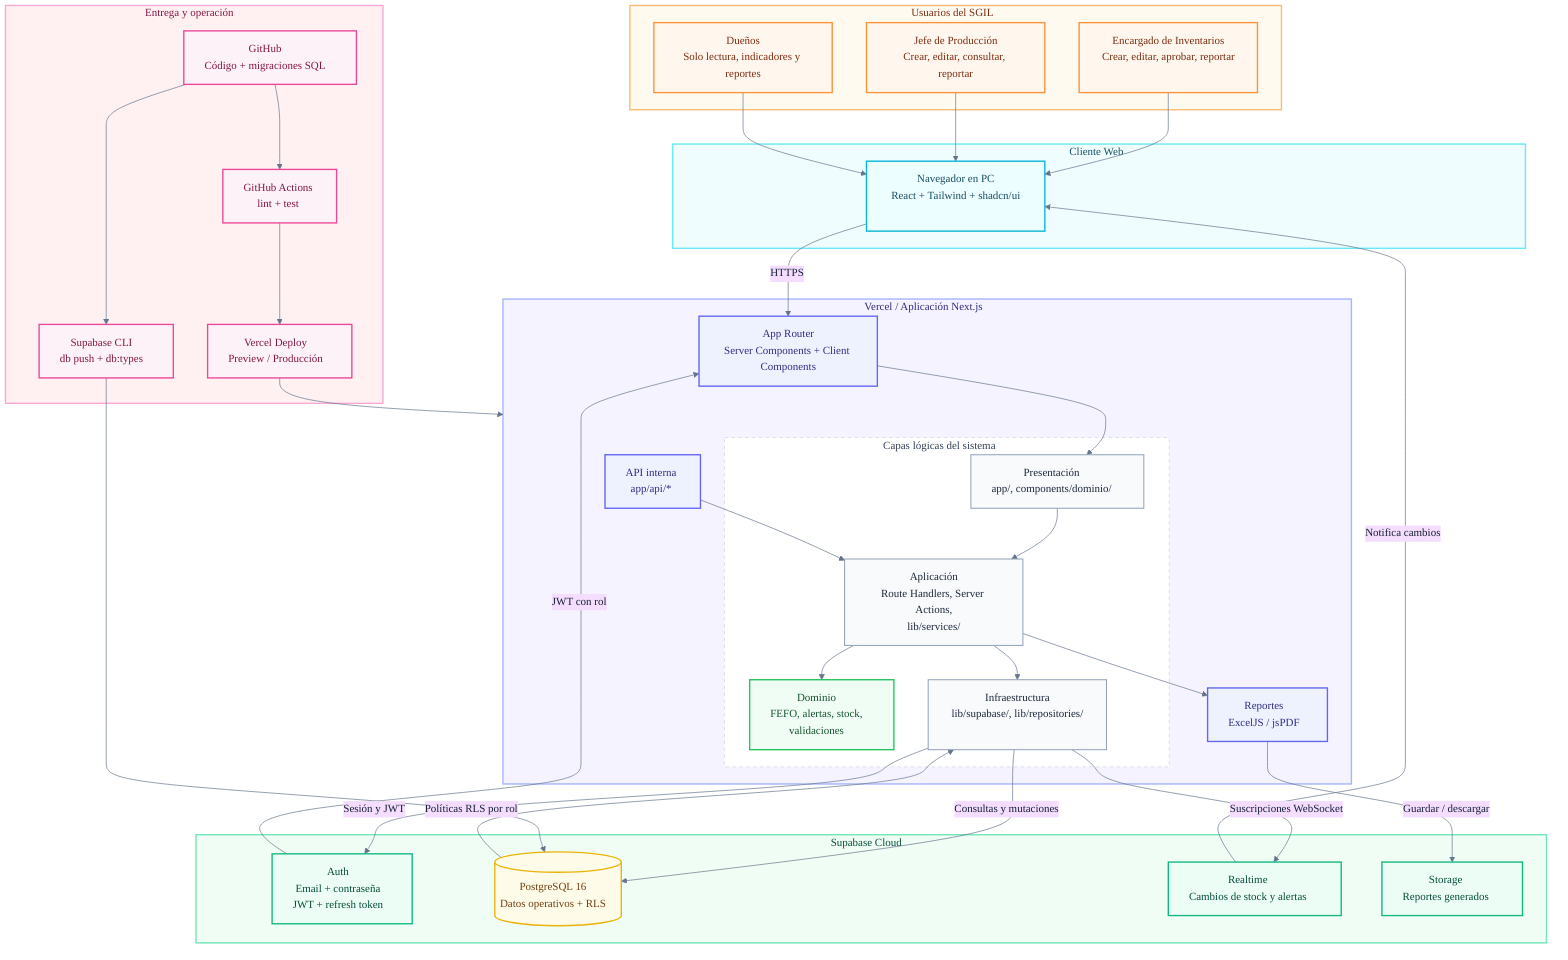
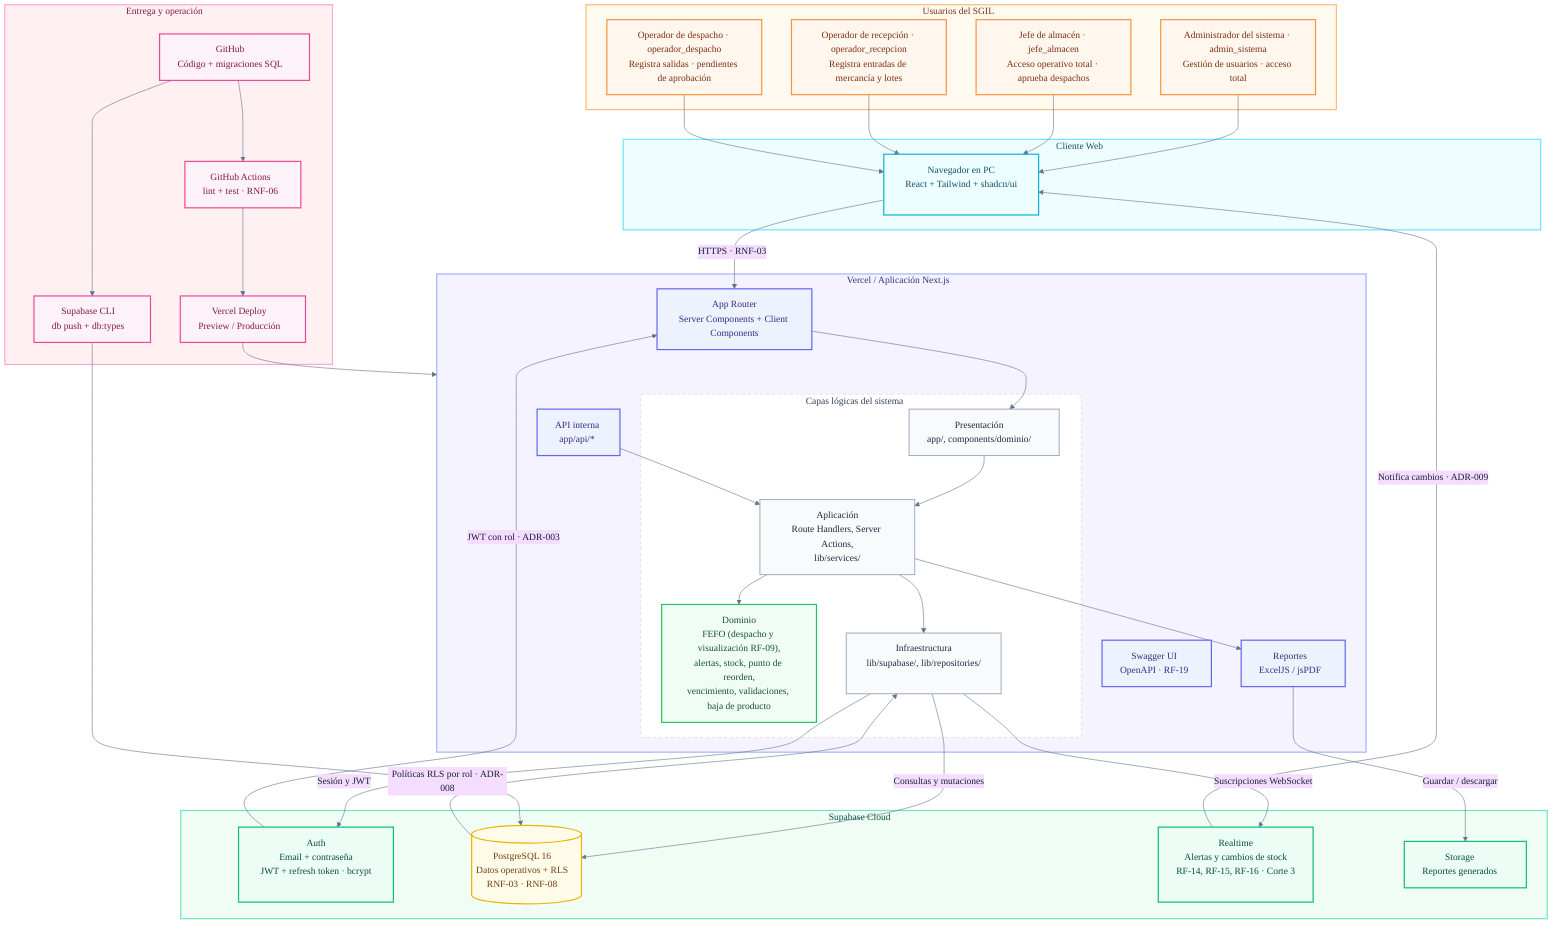
%%{init: {"theme": "base", "themeVariables": {"fontFamily": "Inter, ui-sans-serif, system-ui", "background": "#ffffff", "primaryTextColor": "#172033", "lineColor": "#64748b", "clusterBkg": "#f8fafc", "clusterBorder": "#cbd5e1"}}}%%
flowchart TB
    subgraph Usuarios["Usuarios del SGIL"]
-         Encargado["Encargado de Inventarios<br/>Crear, editar, aprobar, reportar"]
-         Jefe["Jefe de Producción<br/>Crear, editar, consultar, reportar"]
-         Dueno["Dueños<br/>Solo lectura, indicadores y reportes"]
+         Admin["Administrador del sistema · admin_sistema<br/>Gestión de usuarios · acceso total"]
+         Jefe["Jefe de almacén · jefe_almacen<br/>Acceso operativo total · aprueba despachos"]
+         OpRecepcion["Operador de recepción · operador_recepcion<br/>Registra entradas de mercancía y lotes"]
+         OpDespacho["Operador de despacho · operador_despacho<br/>Registra salidas · pendientes de aprobación"]
    end

    subgraph Cliente["Cliente Web"]
        Navegador["Navegador en PC<br/>React + Tailwind + shadcn/ui"]
    end

    subgraph Vercel["Vercel / Aplicación Next.js"]
        AppRouter["App Router<br/>Server Components + Client Components"]

        subgraph Capas["Capas lógicas del sistema"]
            Presentacion["Presentación<br/>app/, components/dominio/"]
            Aplicacion["Aplicación<br/>Route Handlers, Server Actions,<br/>lib/services/"]
-             Dominio["Dominio<br/>FEFO, alertas, stock,<br/>validaciones"]
+             Dominio["Dominio<br/>FEFO (despacho y visualización RF-09),<br/>alertas, stock, punto de reorden,<br/>vencimiento, validaciones, baja de producto"]
            Infraestructura["Infraestructura<br/>lib/supabase/, lib/repositories/"]
        end

        API["API interna<br/>app/api/*"]
        Reportes["Reportes<br/>ExcelJS / jsPDF"]
+         Swagger["Swagger UI<br/>OpenAPI · RF-19"]
    end

    subgraph Supabase["Supabase Cloud"]
-         Auth["Auth<br/>Email + contraseña<br/>JWT + refresh token"]
-         DB[("PostgreSQL 16<br/>Datos operativos + RLS")]
-         Realtime["Realtime<br/>Cambios de stock y alertas"]
+         Auth["Auth<br/>Email + contraseña<br/>JWT + refresh token · bcrypt"]
+         DB[("PostgreSQL 16<br/>Datos operativos + RLS<br/>RNF-03 · RNF-08")]
+         Realtime["Realtime<br/>Alertas y cambios de stock<br/>RF-14, RF-15, RF-16 · Corte 3"]
        Storage["Storage<br/>Reportes generados"]
    end

    subgraph DevOps["Entrega y operación"]
        GitHub["GitHub<br/>Código + migraciones SQL"]
-         CI["GitHub Actions<br/>lint + test"]
+         CI["GitHub Actions<br/>lint + test · RNF-06"]
        SupabaseCLI["Supabase CLI<br/>db push + db:types"]
        VercelDeploy["Vercel Deploy<br/>Preview / Producción"]
    end

-     Encargado --> Navegador
+     Admin --> Navegador
    Jefe --> Navegador
-     Dueno --> Navegador
+     OpRecepcion --> Navegador
+     OpDespacho --> Navegador

-     Navegador -->|"HTTPS"| AppRouter
+     Navegador -->|"HTTPS · RNF-03"| AppRouter
    AppRouter --> Presentacion
    Presentacion --> Aplicacion
    Aplicacion --> Dominio
    Aplicacion --> Infraestructura
    API --> Aplicacion
    Aplicacion --> Reportes

    Infraestructura -->|"Sesión y JWT"| Auth
    Infraestructura -->|"Consultas y mutaciones"| DB
    Infraestructura -->|"Suscripciones WebSocket"| Realtime
    Reportes -->|"Guardar / descargar"| Storage

-     Auth -->|"JWT con rol"| AppRouter
-     DB -->|"Políticas RLS por rol"| Infraestructura
-     Realtime -->|"Notifica cambios"| Navegador
+     Auth -->|"JWT con rol · ADR-003"| AppRouter
+     DB -->|"Políticas RLS por rol · ADR-008"| Infraestructura
+     Realtime -->|"Notifica cambios · ADR-009"| Navegador

    GitHub --> CI
    CI --> VercelDeploy
    VercelDeploy --> Vercel
    GitHub --> SupabaseCLI
    SupabaseCLI --> DB

    classDef actor fill:#fff7ed,stroke:#fb923c,color:#7c2d12,stroke-width:2px
    classDef client fill:#ecfeff,stroke:#06b6d4,color:#164e63,stroke-width:2px
    classDef next fill:#eef2ff,stroke:#6366f1,color:#312e81,stroke-width:2px
    classDef layer fill:#f8fafc,stroke:#94a3b8,color:#1e293b,stroke-width:1.5px
    classDef domain fill:#f0fdf4,stroke:#22c55e,color:#14532d,stroke-width:2px
    classDef supabase fill:#ecfdf5,stroke:#10b981,color:#064e3b,stroke-width:2px
    classDef database fill:#fefce8,stroke:#eab308,color:#713f12,stroke-width:2px
    classDef devops fill:#fdf2f8,stroke:#ec4899,color:#831843,stroke-width:2px

-     class Encargado,Jefe,Dueno actor
+     class Admin,Jefe,OpRecepcion,OpDespacho actor
    class Navegador client
-     class AppRouter,API,Reportes next
+     class AppRouter,API,Reportes,Swagger next
    class Presentacion,Aplicacion,Infraestructura layer
    class Dominio domain
    class Auth,Realtime,Storage supabase
    class DB database
    class GitHub,CI,SupabaseCLI,VercelDeploy devops

    style Usuarios fill:#fffaf0,stroke:#fdba74,stroke-width:2px,color:#7c2d12
    style Cliente fill:#f0fdff,stroke:#67e8f9,stroke-width:2px,color:#164e63
    style Vercel fill:#f5f3ff,stroke:#a5b4fc,stroke-width:2px,color:#312e81
    style Capas fill:#ffffff,stroke:#cbd5e1,stroke-dasharray: 5 5,color:#334155
    style Supabase fill:#f0fdf4,stroke:#6ee7b7,stroke-width:2px,color:#064e3b
    style DevOps fill:#fff1f2,stroke:#f9a8d4,stroke-width:2px,color:#831843
